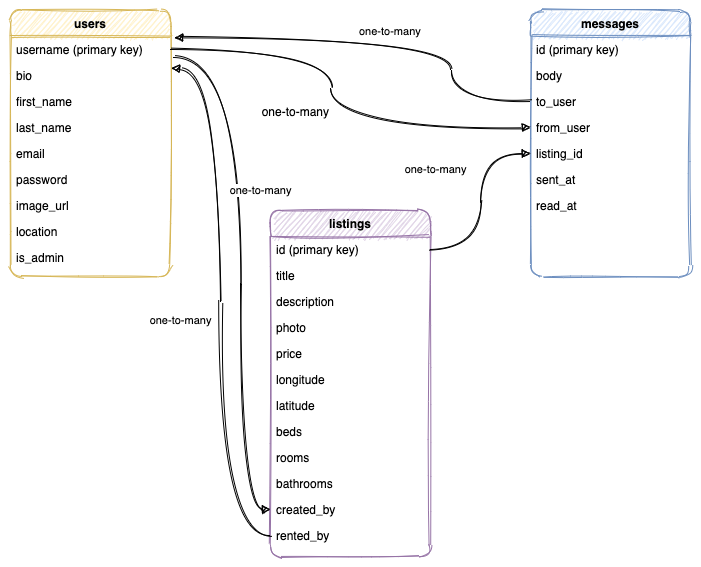
Win-C/sharebnb-backend keeps this draw.io diagram as static/images/database-er-diagram.png. Above is the earlier version. Source tidied: cells renumbered, new cells last; positions are measured from the earlier drawing's top-left corner, leaving out a move shared by most shapes.
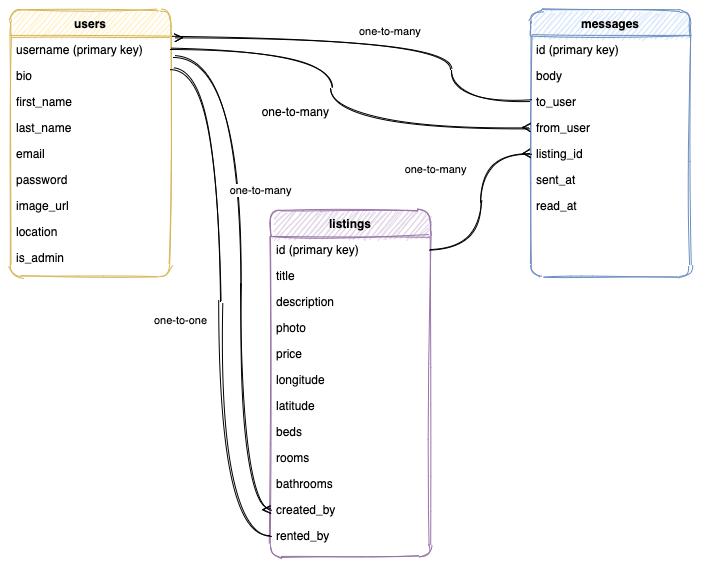
After the change.

Commit message:
updated database entity relations diagram

Change to the diagram source:
```diff
@@ -95,7 +95,7 @@
     <mxCell id="32" value="read_at" style="text;align=left;verticalAlign=top;spacingLeft=4;spacingRight=4;overflow=hidden;shadow=0;html=0;rounded=1;sketch=1;" parent="25" vertex="1">
       <mxGeometry y="182" width="160" height="26" as="geometry" />
     </mxCell>
-    <mxCell id="33" value="one-to-many" style="endArrow=block;shadow=0;strokeWidth=1;endFill=1;edgeStyle=elbowEdgeStyle;sketch=1;curved=1;exitX=0;exitY=0.5;exitDx=0;exitDy=0;entryX=1.025;entryY=0.102;entryDx=0;entryDy=0;entryPerimeter=0;" parent="1" edge="1" source="28" target="2">
+    <mxCell id="33" value="one-to-many" style="endArrow=ERmany;shadow=0;strokeWidth=1;endFill=0;edgeStyle=elbowEdgeStyle;sketch=1;curved=1;exitX=0;exitY=0.5;exitDx=0;exitDy=0;entryX=1.025;entryY=0.102;entryDx=0;entryDy=0;entryPerimeter=0;" parent="1" edge="1" source="28" target="2">
       <mxGeometry x="-0.03" y="-7" relative="1" as="geometry">
         <Array as="points">
           <mxPoint x="440" y="160" />
@@ -113,10 +113,10 @@
     <mxCell id="35" value="one-to-many" style="align=right;verticalAlign=bottom;labelBackgroundColor=none;fontSize=12;rounded=1;sketch=1;" parent="1" vertex="1">
       <mxGeometry x="320" y="110" as="geometry" />
     </mxCell>
-    <mxCell id="36" value="one-to-many" style="edgeStyle=elbowEdgeStyle;curved=1;rounded=0;sketch=1;jettySize=auto;html=1;exitX=1;exitY=0.5;exitDx=0;exitDy=0;entryX=0;entryY=0.5;entryDx=0;entryDy=0;endArrow=block;endFill=1;" parent="1" edge="1" source="13" target="30">
+    <mxCell id="36" value="one-to-many" style="edgeStyle=elbowEdgeStyle;curved=1;rounded=0;sketch=1;jettySize=auto;html=1;exitX=1;exitY=0.5;exitDx=0;exitDy=0;entryX=0;entryY=0.5;entryDx=0;entryDy=0;endArrow=ERmany;endFill=0;" parent="1" edge="1" source="13" target="30">
       <mxGeometry x="0.33" y="45" relative="1" as="geometry" />
     </mxCell>
-    <mxCell id="37" style="endArrow=block;shadow=0;strokeWidth=1;endFill=1;edgeStyle=elbowEdgeStyle;sketch=1;curved=1;exitX=1;exitY=0.5;exitDx=0;exitDy=0;entryX=0;entryY=0.5;entryDx=0;entryDy=0;" parent="1" edge="1" source="3" target="29">
+    <mxCell id="37" style="endArrow=ERmany;shadow=0;strokeWidth=1;endFill=0;edgeStyle=elbowEdgeStyle;sketch=1;curved=1;exitX=1;exitY=0.5;exitDx=0;exitDy=0;entryX=0;entryY=0.5;entryDx=0;entryDy=0;" parent="1" edge="1" source="3" target="29">
       <mxGeometry x="0.5" y="41" relative="1" as="geometry">
         <Array as="points">
           <mxPoint x="320" y="80" />
@@ -131,14 +131,14 @@
         <mxPoint x="-1" y="4" as="offset" />
       </mxGeometry>
     </mxCell>
-    <mxCell id="39" value="one-to-many" style="edgeStyle=elbowEdgeStyle;curved=1;rounded=0;sketch=1;jettySize=auto;html=1;exitX=0;exitY=0.5;exitDx=0;exitDy=0;endArrow=block;endFill=1;entryX=1.006;entryY=0.231;entryDx=0;entryDy=0;entryPerimeter=0;" parent="1" edge="1" source="24" target="4">
+    <mxCell id="39" value="one-to-one" style="edgeStyle=elbowEdgeStyle;curved=1;rounded=0;sketch=1;jettySize=auto;html=1;exitX=0;exitY=0.5;exitDx=0;exitDy=0;endArrow=none;endFill=0;entryX=1.006;entryY=0.231;entryDx=0;entryDy=0;entryPerimeter=0;" parent="1" edge="1" source="24" target="4">
       <mxGeometry x="-0.06" y="40" relative="1" as="geometry">
         <Array as="points">
           <mxPoint x="210" y="290" />
         </Array>
       </mxGeometry>
     </mxCell>
-    <mxCell id="40" value="one-to-many" style="edgeStyle=elbowEdgeStyle;curved=1;rounded=0;sketch=1;jettySize=auto;html=1;endArrow=block;endFill=1;exitX=1.013;exitY=0.808;exitDx=0;exitDy=0;exitPerimeter=0;" parent="1" edge="1" source="3" target="23">
+    <mxCell id="40" value="one-to-many" style="edgeStyle=elbowEdgeStyle;curved=1;rounded=0;sketch=1;jettySize=auto;html=1;endArrow=ERmany;endFill=0;exitX=1.013;exitY=0.808;exitDx=0;exitDy=0;exitPerimeter=0;" parent="1" edge="1" source="3" target="23">
       <mxGeometry x="-0.27" y="20" relative="1" as="geometry">
         <Array as="points">
           <mxPoint x="230" y="270" />
```
